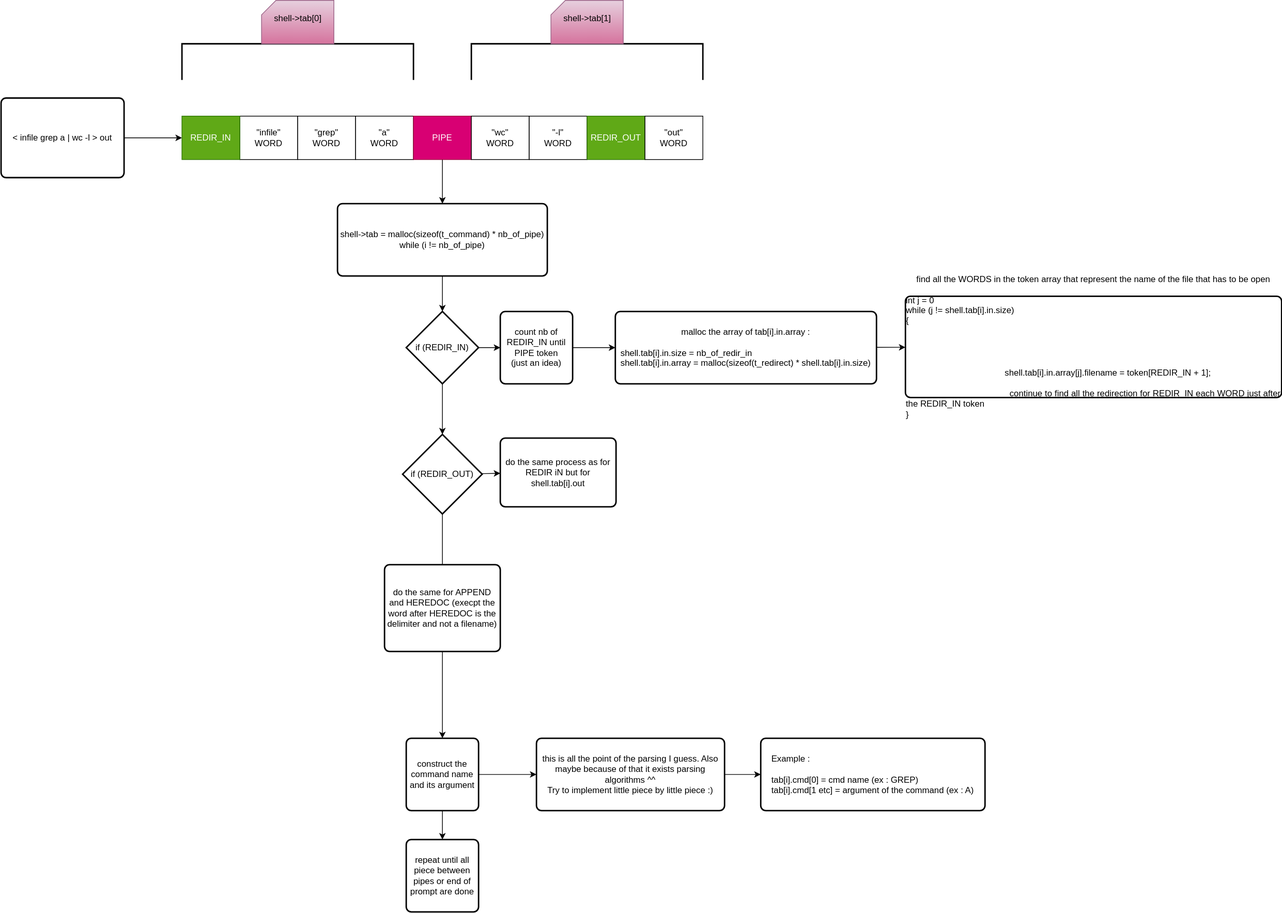
This is draws/parsing.drawio.svg from Isarc-en-ciel/MiniTry, a draw.io export, as it was before one commit. Source tidied: cells renumbered, new cells last; positions are measured from the earlier drawing's top-left corner, leaving out a move shared by most shapes. Its diagram source:
```xml
<mxGraphModel>
  <root>
    <mxCell id="0" />
    <mxCell id="1" parent="0" />
    <mxCell id="2" style="edgeStyle=none;html=1;" parent="1" edge="1" source="3">
      <mxGeometry relative="1" as="geometry">
        <mxPoint x="250" y="190" as="targetPoint" />
      </mxGeometry>
    </mxCell>
    <mxCell id="3" value="&amp;lt; infile grep a | wc -l &amp;gt; out" style="rounded=1;whiteSpace=wrap;html=1;absoluteArcSize=1;arcSize=14;strokeWidth=2;" parent="1" vertex="1">
      <mxGeometry y="135" width="170" height="110" as="geometry" />
    </mxCell>
    <mxCell id="4" value="&quot;infile&quot;&lt;br&gt;WORD" style="rounded=0;whiteSpace=wrap;html=1;" parent="1" vertex="1">
      <mxGeometry x="330" y="160" width="80" height="60" as="geometry" />
    </mxCell>
    <mxCell id="5" value="&quot;grep&quot;&lt;br&gt;WORD" style="rounded=0;whiteSpace=wrap;html=1;" parent="1" vertex="1">
      <mxGeometry x="410" y="160" width="80" height="60" as="geometry" />
    </mxCell>
    <mxCell id="6" value="&quot;a&quot;&lt;br&gt;WORD" style="rounded=0;whiteSpace=wrap;html=1;" parent="1" vertex="1">
      <mxGeometry x="490" y="160" width="80" height="60" as="geometry" />
    </mxCell>
    <mxCell id="7" style="edgeStyle=none;html=1;" parent="1" edge="1" source="8" target="15">
      <mxGeometry relative="1" as="geometry" />
    </mxCell>
    <mxCell id="8" value="PIPE" style="rounded=0;whiteSpace=wrap;html=1;fillColor=#d80073;fontColor=#ffffff;strokeColor=#A50040;" parent="1" vertex="1">
      <mxGeometry x="570" y="160" width="80" height="60" as="geometry" />
    </mxCell>
    <mxCell id="9" value="&quot;wc&quot;&lt;br&gt;WORD" style="rounded=0;whiteSpace=wrap;html=1;" parent="1" vertex="1">
      <mxGeometry x="650" y="160" width="80" height="60" as="geometry" />
    </mxCell>
    <mxCell id="10" value="&quot;-l&quot;&lt;br&gt;WORD" style="rounded=0;whiteSpace=wrap;html=1;" parent="1" vertex="1">
      <mxGeometry x="730" y="160" width="80" height="60" as="geometry" />
    </mxCell>
    <mxCell id="11" value="REDIR_OUT" style="rounded=0;whiteSpace=wrap;html=1;fillColor=#60a917;fontColor=#ffffff;strokeColor=#2D7600;" parent="1" vertex="1">
      <mxGeometry x="810" y="160" width="80" height="60" as="geometry" />
    </mxCell>
    <mxCell id="12" value="REDIR_IN" style="rounded=0;whiteSpace=wrap;html=1;fillColor=#60a917;fontColor=#ffffff;strokeColor=#2D7600;" parent="1" vertex="1">
      <mxGeometry x="250" y="160" width="80" height="60" as="geometry" />
    </mxCell>
    <mxCell id="13" value="&quot;out&quot;&lt;br&gt;WORD" style="rounded=0;whiteSpace=wrap;html=1;" parent="1" vertex="1">
      <mxGeometry x="890" y="160" width="80" height="60" as="geometry" />
    </mxCell>
    <mxCell id="14" style="edgeStyle=none;html=1;" parent="1" edge="1" source="15" target="18">
      <mxGeometry relative="1" as="geometry" />
    </mxCell>
    <mxCell id="15" value="shell-&amp;gt;tab = malloc(sizeof(t_command) * nb_of_pipe)&lt;br&gt;while (i != nb_of_pipe)" style="rounded=1;whiteSpace=wrap;html=1;absoluteArcSize=1;arcSize=14;strokeWidth=2;" parent="1" vertex="1">
      <mxGeometry x="465" y="281" width="290" height="100" as="geometry" />
    </mxCell>
    <mxCell id="16" style="edgeStyle=none;html=1;" parent="1" edge="1" source="18" target="20">
      <mxGeometry relative="1" as="geometry" />
    </mxCell>
    <mxCell id="17" style="edgeStyle=none;html=1;" parent="1" edge="1" source="18" target="26">
      <mxGeometry relative="1" as="geometry" />
    </mxCell>
    <mxCell id="18" value="if (REDIR_IN)" style="strokeWidth=2;html=1;shape=mxgraph.flowchart.decision;whiteSpace=wrap;" parent="1" vertex="1">
      <mxGeometry x="560" y="430" width="100" height="100" as="geometry" />
    </mxCell>
    <mxCell id="19" style="edgeStyle=none;html=1;" parent="1" edge="1" source="20" target="22">
      <mxGeometry relative="1" as="geometry" />
    </mxCell>
    <mxCell id="20" value="count nb of REDIR_IN until PIPE token&lt;br&gt;(just an idea)" style="rounded=1;whiteSpace=wrap;html=1;absoluteArcSize=1;arcSize=14;strokeWidth=2;" parent="1" vertex="1">
      <mxGeometry x="690" y="430" width="100" height="100" as="geometry" />
    </mxCell>
    <mxCell id="21" style="edgeStyle=none;html=1;" parent="1" edge="1" source="22" target="23">
      <mxGeometry relative="1" as="geometry" />
    </mxCell>
    <mxCell id="22" value="malloc the array of tab[i].in.array :&lt;br&gt;&lt;br&gt;&lt;div style=&quot;text-align: justify;&quot;&gt;&lt;span style=&quot;background-color: initial;&quot;&gt;shell.tab[i].in.size = nb_of_redir_in&lt;/span&gt;&lt;/div&gt;&lt;div style=&quot;text-align: justify;&quot;&gt;&lt;span style=&quot;background-color: initial;&quot;&gt;shell.tab[i].in.array = malloc(sizeof(t_redirect) * shell.tab[i].in.size)&lt;/span&gt;&lt;br&gt;&lt;/div&gt;" style="rounded=1;whiteSpace=wrap;html=1;absoluteArcSize=1;arcSize=14;strokeWidth=2;" parent="1" vertex="1">
      <mxGeometry x="849" y="430" width="361" height="100" as="geometry" />
    </mxCell>
    <mxCell id="23" value="find all the WORDS in the token array that represent the name of the file that has to be open&lt;br&gt;&lt;div style=&quot;text-align: justify;&quot;&gt;&lt;span style=&quot;background-color: initial;&quot;&gt;&lt;br&gt;&lt;/span&gt;&lt;/div&gt;&lt;div style=&quot;text-align: justify;&quot;&gt;&lt;span style=&quot;background-color: initial;&quot;&gt;int j = 0&lt;/span&gt;&lt;/div&gt;&lt;div style=&quot;text-align: justify;&quot;&gt;&lt;span style=&quot;background-color: initial;&quot;&gt;while (j != shell.tab[i].in.size)&lt;/span&gt;&lt;/div&gt;&lt;div style=&quot;text-align: justify;&quot;&gt;{&lt;span style=&quot;white-space: pre;&quot;&gt;&#9;&lt;span style=&quot;white-space: pre;&quot;&gt;&#9;&lt;/span&gt;&lt;/span&gt;&lt;/div&gt;&lt;div style=&quot;text-align: justify;&quot;&gt;&lt;span style=&quot;background-color: initial;&quot;&gt;&lt;span style=&quot;white-space: pre;&quot;&gt;&#9;&lt;/span&gt;shell.tab[i].in.array[j].filename = token[REDIR_IN + 1];&lt;/span&gt;&lt;/div&gt;&lt;div style=&quot;text-align: justify;&quot;&gt;&lt;span style=&quot;background-color: initial;&quot;&gt;&lt;span style=&quot;white-space: pre;&quot;&gt;&#9;&lt;/span&gt;continue to find all the redirection for REDIR_IN each WORD just after the REDIR_IN token&lt;/span&gt;&lt;/div&gt;&lt;div style=&quot;text-align: justify;&quot;&gt;&lt;span style=&quot;background-color: initial;&quot;&gt;}&lt;/span&gt;&lt;/div&gt;" style="rounded=1;whiteSpace=wrap;html=1;absoluteArcSize=1;arcSize=14;strokeWidth=2;" parent="1" vertex="1">
      <mxGeometry x="1250" y="409" width="520" height="140" as="geometry" />
    </mxCell>
    <mxCell id="24" style="edgeStyle=none;html=1;" parent="1" edge="1" source="26" target="27">
      <mxGeometry relative="1" as="geometry" />
    </mxCell>
    <mxCell id="25" style="edgeStyle=none;html=1;" parent="1" edge="1" source="26" target="30">
      <mxGeometry relative="1" as="geometry" />
    </mxCell>
    <mxCell id="26" value="if (REDIR_OUT)" style="strokeWidth=2;html=1;shape=mxgraph.flowchart.decision;whiteSpace=wrap;" parent="1" vertex="1">
      <mxGeometry x="555" y="600" width="110" height="110" as="geometry" />
    </mxCell>
    <mxCell id="27" value="do the same process as for REDIR iN but for&amp;nbsp;&lt;br&gt;shell.tab[i].out" style="rounded=1;whiteSpace=wrap;html=1;absoluteArcSize=1;arcSize=14;strokeWidth=2;" parent="1" vertex="1">
      <mxGeometry x="690" y="605" width="160" height="95" as="geometry" />
    </mxCell>
    <mxCell id="28" style="edgeStyle=none;html=1;" parent="1" edge="1" source="30" target="32">
      <mxGeometry relative="1" as="geometry" />
    </mxCell>
    <mxCell id="29" style="edgeStyle=none;html=1;" parent="1" edge="1" source="30" target="41">
      <mxGeometry relative="1" as="geometry" />
    </mxCell>
    <mxCell id="30" value="construct the command name and its argument" style="rounded=1;whiteSpace=wrap;html=1;absoluteArcSize=1;arcSize=14;strokeWidth=2;" parent="1" vertex="1">
      <mxGeometry x="560" y="1020" width="100" height="100" as="geometry" />
    </mxCell>
    <mxCell id="31" style="edgeStyle=none;html=1;" parent="1" edge="1" source="32" target="40">
      <mxGeometry relative="1" as="geometry" />
    </mxCell>
    <mxCell id="32" value="this is all the point of the parsing I guess. Also maybe because of that it exists parsing algorithms ^^&lt;br&gt;&amp;nbsp;Try to implement little piece by little piece :)" style="rounded=1;whiteSpace=wrap;html=1;absoluteArcSize=1;arcSize=14;strokeWidth=2;" parent="1" vertex="1">
      <mxGeometry x="740" y="1020" width="260" height="100" as="geometry" />
    </mxCell>
    <mxCell id="33" style="strokeWidth=2;html=1;shape=mxgraph.flowchart.annotation_1;align=left;direction=south;" parent="1" vertex="1">
      <mxGeometry x="250" y="60" width="320" height="50" as="geometry" />
    </mxCell>
    <mxCell id="34" style="strokeWidth=2;html=1;shape=mxgraph.flowchart.annotation_1;align=left;direction=south;" parent="1" vertex="1">
      <mxGeometry x="650" y="60" width="320" height="50" as="geometry" />
    </mxCell>
    <mxCell id="35" style="verticalLabelPosition=bottom;verticalAlign=top;html=1;shape=card;whiteSpace=wrap;size=20;arcSize=12;fillColor=#e6d0de;gradientColor=#d5739d;strokeColor=#996185;" parent="1" vertex="1">
      <mxGeometry x="360" width="100" height="60" as="geometry" />
    </mxCell>
    <mxCell id="36" value="shell-&amp;gt;tab[0]" style="text;html=1;align=center;verticalAlign=middle;strokeColor=none;fillColor=none;" parent="1" vertex="1">
      <mxGeometry x="365" y="10" width="90" height="30" as="geometry" />
    </mxCell>
    <mxCell id="37" style="verticalLabelPosition=bottom;verticalAlign=top;html=1;shape=card;whiteSpace=wrap;size=20;arcSize=12;fillColor=#e6d0de;gradientColor=#d5739d;strokeColor=#996185;" parent="1" vertex="1">
      <mxGeometry x="760" width="100" height="60" as="geometry" />
    </mxCell>
    <mxCell id="38" value="shell-&amp;gt;tab[1]" style="text;html=1;align=center;verticalAlign=middle;strokeColor=none;fillColor=none;" parent="1" vertex="1">
      <mxGeometry x="765" y="10" width="90" height="30" as="geometry" />
    </mxCell>
    <mxCell id="39" value="do the same for APPEND and HEREDOC (execpt the word after HEREDOC is the delimiter and not a filename)" style="rounded=1;whiteSpace=wrap;html=1;absoluteArcSize=1;arcSize=14;strokeWidth=2;" parent="1" vertex="1">
      <mxGeometry x="530" y="780" width="160" height="120" as="geometry" />
    </mxCell>
    <mxCell id="40" value="&lt;div style=&quot;text-align: justify;&quot;&gt;&lt;span style=&quot;background-color: initial;&quot;&gt;Example :&lt;/span&gt;&lt;/div&gt;&lt;div style=&quot;text-align: justify;&quot;&gt;&lt;span style=&quot;background-color: initial;&quot;&gt;&lt;br&gt;&lt;/span&gt;&lt;/div&gt;&lt;div style=&quot;text-align: justify;&quot;&gt;&lt;span style=&quot;background-color: initial;&quot;&gt;tab[i].cmd[0] = cmd name (ex : GREP)&lt;/span&gt;&lt;/div&gt;&lt;div style=&quot;text-align: justify;&quot;&gt;&lt;span style=&quot;background-color: initial;&quot;&gt;tab[i].cmd[1 etc] = argument of the command (ex : A)&lt;/span&gt;&lt;/div&gt;" style="rounded=1;whiteSpace=wrap;html=1;absoluteArcSize=1;arcSize=14;strokeWidth=2;" parent="1" vertex="1">
      <mxGeometry x="1050" y="1020" width="310" height="100" as="geometry" />
    </mxCell>
    <mxCell id="41" value="repeat until all piece between pipes or end of prompt are done" style="rounded=1;whiteSpace=wrap;html=1;absoluteArcSize=1;arcSize=14;strokeWidth=2;" parent="1" vertex="1">
      <mxGeometry x="560" y="1160" width="100" height="100" as="geometry" />
    </mxCell>
  </root>
</mxGraphModel>
```
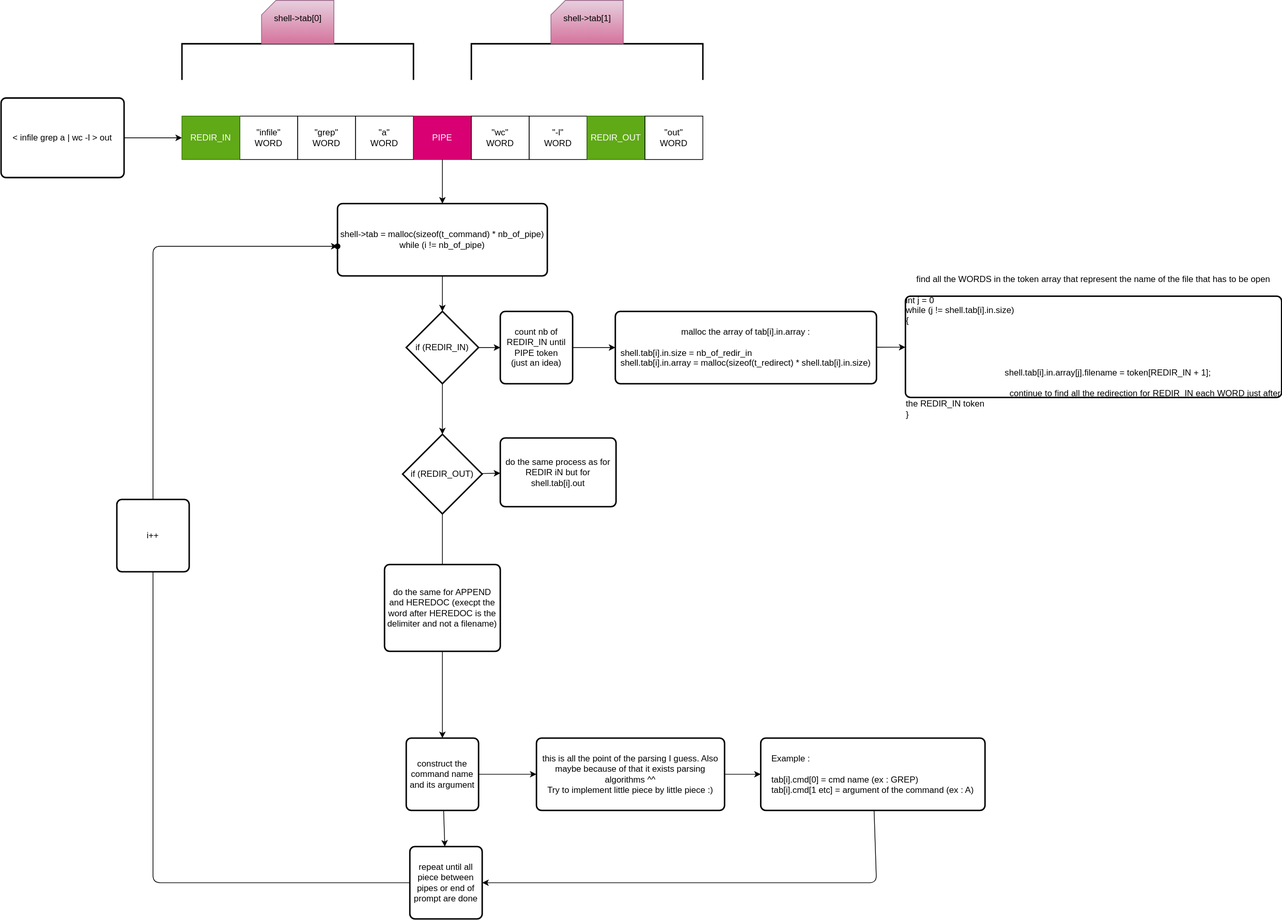
After the change.

Diff of the diagram source:
```diff
@@ -118,11 +118,38 @@
     <mxCell id="39" value="do the same for APPEND and HEREDOC (execpt the word after HEREDOC is the delimiter and not a filename)" style="rounded=1;whiteSpace=wrap;html=1;absoluteArcSize=1;arcSize=14;strokeWidth=2;" parent="1" vertex="1">
       <mxGeometry x="530" y="780" width="160" height="120" as="geometry" />
     </mxCell>
+    <mxCell id="42" style="edgeStyle=none;html=1;entryX=1;entryY=0.5;entryDx=0;entryDy=0;" parent="1" edge="1" source="40" target="41">
+      <mxGeometry relative="1" as="geometry">
+        <Array as="points">
+          <mxPoint x="1210" y="1220" />
+        </Array>
+      </mxGeometry>
+    </mxCell>
     <mxCell id="40" value="&lt;div style=&quot;text-align: justify;&quot;&gt;&lt;span style=&quot;background-color: initial;&quot;&gt;Example :&lt;/span&gt;&lt;/div&gt;&lt;div style=&quot;text-align: justify;&quot;&gt;&lt;span style=&quot;background-color: initial;&quot;&gt;&lt;br&gt;&lt;/span&gt;&lt;/div&gt;&lt;div style=&quot;text-align: justify;&quot;&gt;&lt;span style=&quot;background-color: initial;&quot;&gt;tab[i].cmd[0] = cmd name (ex : GREP)&lt;/span&gt;&lt;/div&gt;&lt;div style=&quot;text-align: justify;&quot;&gt;&lt;span style=&quot;background-color: initial;&quot;&gt;tab[i].cmd[1 etc] = argument of the command (ex : A)&lt;/span&gt;&lt;/div&gt;" style="rounded=1;whiteSpace=wrap;html=1;absoluteArcSize=1;arcSize=14;strokeWidth=2;" parent="1" vertex="1">
       <mxGeometry x="1050" y="1020" width="310" height="100" as="geometry" />
     </mxCell>
+    <mxCell id="43" style="edgeStyle=none;html=1;startArrow=none;" parent="1" edge="1" source="46" target="44">
+      <mxGeometry relative="1" as="geometry">
+        <Array as="points">
+          <mxPoint x="210" y="340" />
+        </Array>
+      </mxGeometry>
+    </mxCell>
     <mxCell id="41" value="repeat until all piece between pipes or end of prompt are done" style="rounded=1;whiteSpace=wrap;html=1;absoluteArcSize=1;arcSize=14;strokeWidth=2;" parent="1" vertex="1">
-      <mxGeometry x="560" y="1160" width="100" height="100" as="geometry" />
+      <mxGeometry x="565" y="1170" width="100" height="100" as="geometry" />
     </mxCell>
+    <mxCell id="44" style="shape=waypoint;sketch=0;size=6;points=[];fillColor=default;perimeter=centerPerimeter;snapToPoint=1;rounded=1;arcSize=14;strokeWidth=2;" parent="1" vertex="1">
+      <mxGeometry x="455" y="330" width="20" height="20" as="geometry" />
+    </mxCell>
+    <mxCell id="45" style="edgeStyle=none;html=1;endArrow=none;" parent="1" edge="1" source="41" target="46">
+      <mxGeometry relative="1" as="geometry">
+        <Array as="points">
+          <mxPoint x="210" y="1220" />
+        </Array>
+      </mxGeometry>
+    </mxCell>
+    <mxCell id="46" value="i++" style="rounded=1;whiteSpace=wrap;html=1;absoluteArcSize=1;arcSize=14;strokeWidth=2;" parent="1" vertex="1">
+      <mxGeometry x="160" y="690" width="100" height="100" as="geometry" />
+    </mxCell>
   </root>
 </mxGraphModel>
```
